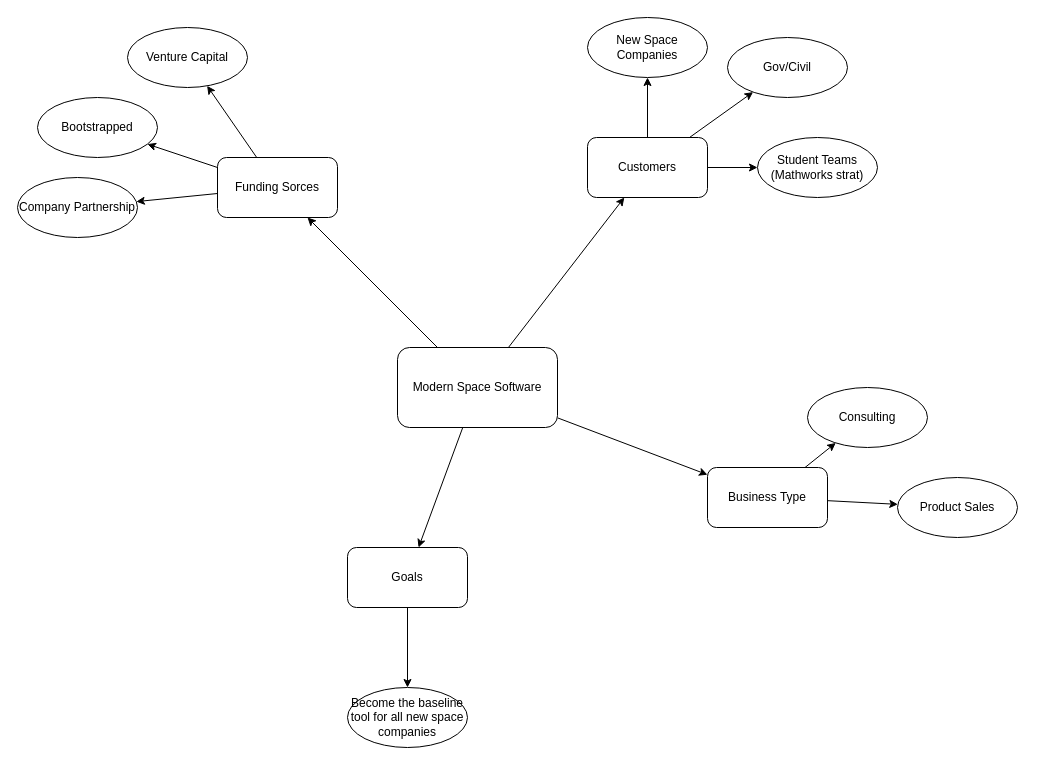
Earlier version of the draw.io diagram page "BuisnessSide" (2 of 2) of ModernSpaceSoftware.drawio (jhathaway5/jhathaway5). Source tidied: cells renumbered, new cells numbered last; positions are measured from the earlier drawing's top-left corner, leaving out a move shared by most shapes. Both pictures are drawn from the tidied source at 100%, with x=0, y=0 at pixel (17, 17).
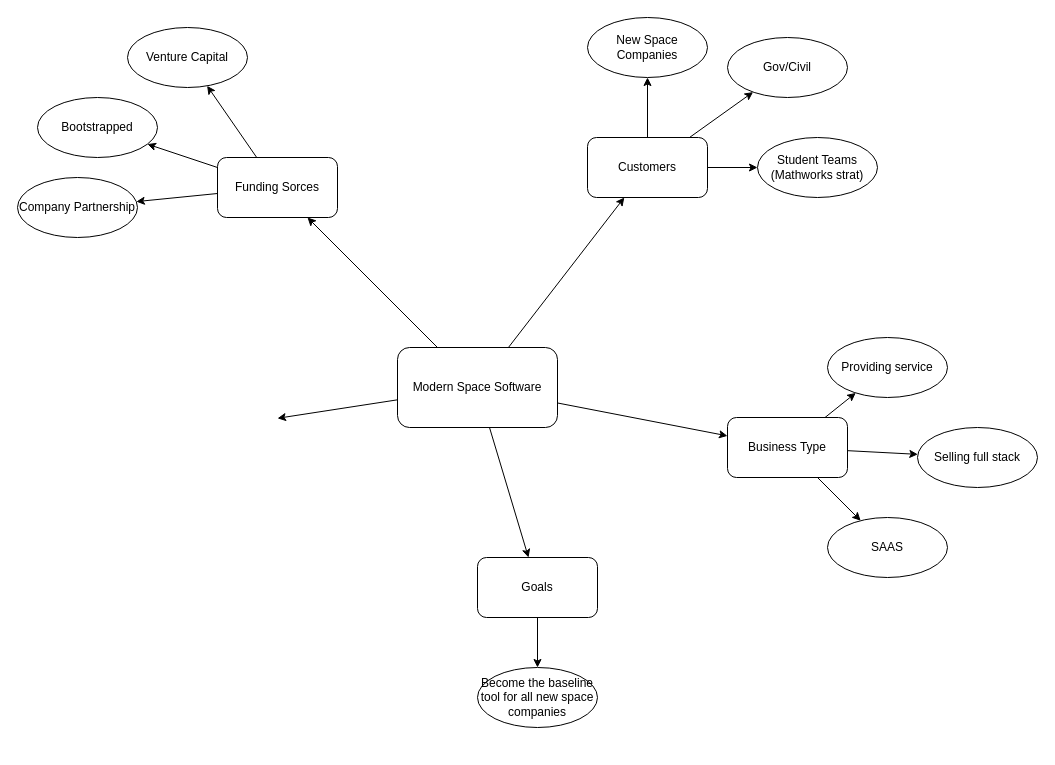
The same page after the edit.

The change refers to these unchanged cells:
```xml
<mxCell id="6" value="Modern Space Software" style="rounded=1;whiteSpace=wrap;html=1;fontFamily=Helvetica;fontSize=12;fontColor=default;strokeColor=default;fillColor=default;" parent="1" vertex="1">
  <mxGeometry x="380" y="330" width="160" height="80" as="geometry" />
</mxCell>
```

Change to the diagram source:
```diff
@@
+    <mxCell id="29" style="rounded=0;jettySize=auto;html=1;" parent="1" edge="1" source="6">
+      <mxGeometry relative="1" as="geometry">
+        <mxPoint x="260" y="400.8" as="targetPoint" />
+      </mxGeometry>
+    </mxCell>
@@
+    <mxCell id="30" style="edgeStyle=none;shape=connector;rounded=0;jettySize=auto;html=1;labelBackgroundColor=default;fontFamily=Helvetica;fontSize=12;fontColor=default;endArrow=classic;strokeColor=default;" parent="1" edge="1" source="23" target="31">
+      <mxGeometry relative="1" as="geometry" />
+    </mxCell>
     <mxCell id="23" value="Business Type" style="whiteSpace=wrap;html=1;rounded=1;" parent="1" vertex="1">
-      <mxGeometry x="690" y="450" width="120" height="60" as="geometry" />
+      <mxGeometry x="710" y="400" width="120" height="60" as="geometry" />
     </mxCell>
-    <mxCell id="24" value="Consulting" style="ellipse;whiteSpace=wrap;html=1;rounded=1;" parent="1" vertex="1">
-      <mxGeometry x="790" y="370" width="120" height="60" as="geometry" />
+    <mxCell id="24" value="Providing service" style="ellipse;whiteSpace=wrap;html=1;rounded=1;" parent="1" vertex="1">
+      <mxGeometry x="810" y="320" width="120" height="60" as="geometry" />
     </mxCell>
-    <mxCell id="25" value="Product Sales" style="ellipse;whiteSpace=wrap;html=1;rounded=1;" parent="1" vertex="1">
-      <mxGeometry x="880" y="460" width="120" height="60" as="geometry" />
+    <mxCell id="25" value="Selling full stack" style="ellipse;whiteSpace=wrap;html=1;rounded=1;" parent="1" vertex="1">
+      <mxGeometry x="900" y="410" width="120" height="60" as="geometry" />
     </mxCell>
@@
     <mxCell id="27" value="Goals" style="whiteSpace=wrap;html=1;rounded=1;" parent="1" vertex="1">
-      <mxGeometry x="330" y="530" width="120" height="60" as="geometry" />
+      <mxGeometry x="460" y="540" width="120" height="60" as="geometry" />
     </mxCell>
     <mxCell id="28" value="Become the baseline tool for all new space companies" style="ellipse;whiteSpace=wrap;html=1;rounded=1;" parent="1" vertex="1">
-      <mxGeometry x="330" y="670" width="120" height="60" as="geometry" />
+      <mxGeometry x="460" y="650" width="120" height="60" as="geometry" />
     </mxCell>
+    <mxCell id="31" value="SAAS" style="ellipse;whiteSpace=wrap;html=1;rounded=1;" parent="1" vertex="1">
+      <mxGeometry x="810" y="500" width="120" height="60" as="geometry" />
+    </mxCell>
```
